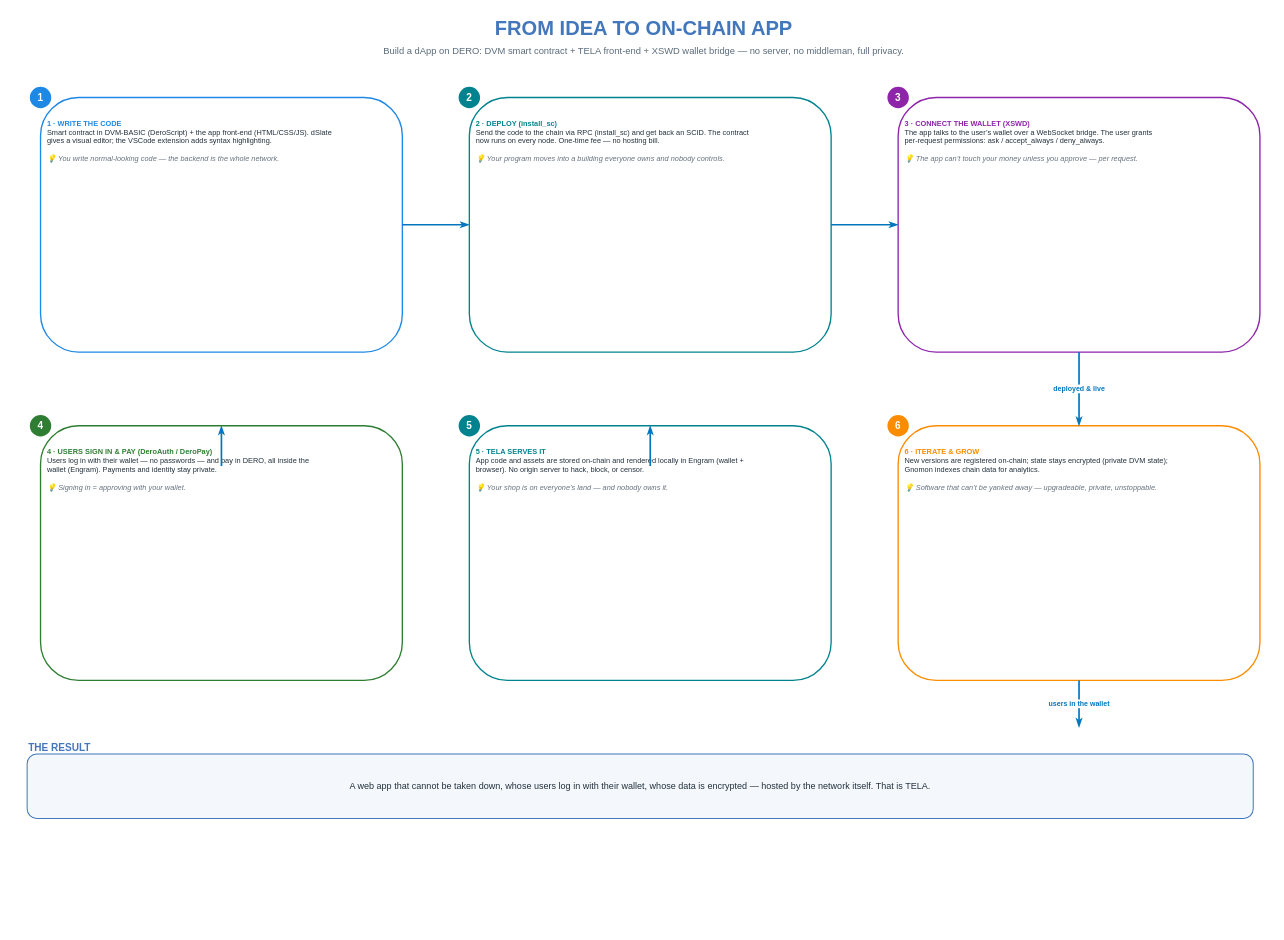
liqdmetal/DERO.STARGATE.DIAGRAMS keeps this draw.io diagram as page "From Idea to On-Chain App" (1 of 3) of DERO.TELA.drawio. Above is the earlier version. Source tidied: cells renumbered, new cells numbered last; positions are measured from the earlier drawing's top-left corner, leaving out a move shared by most shapes. Both pictures are drawn from the tidied source at 67%, with x=0, y=0 at pixel (13, 11).
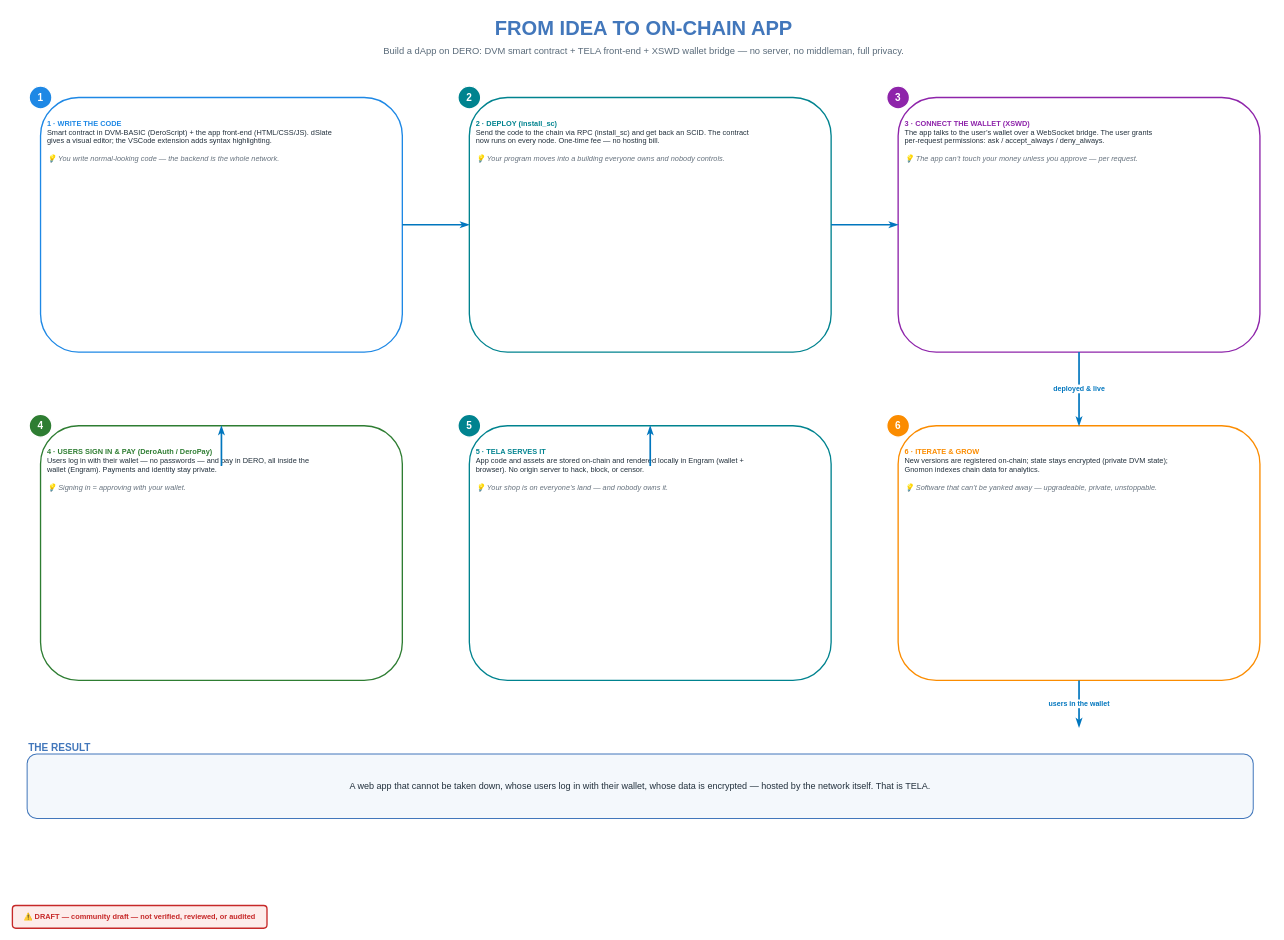
The same diagram, later.

Change to the diagram source:
```diff
@@
+    <mxCell id="24" value="⚠️ DRAFT — community draft — not verified, reviewed, or audited" style="rounded=1;whiteSpace=wrap;html=1;fillColor=#FDECEA;strokeColor=#C62828;strokeWidth=2;fontSize=11;fontStyle=1;fontColor=#C62828;align=center;verticalAlign=middle;" parent="1" vertex="1">
+      <mxGeometry x="-2" y="1334" width="380" height="34" as="geometry" />
+    </mxCell>
```
